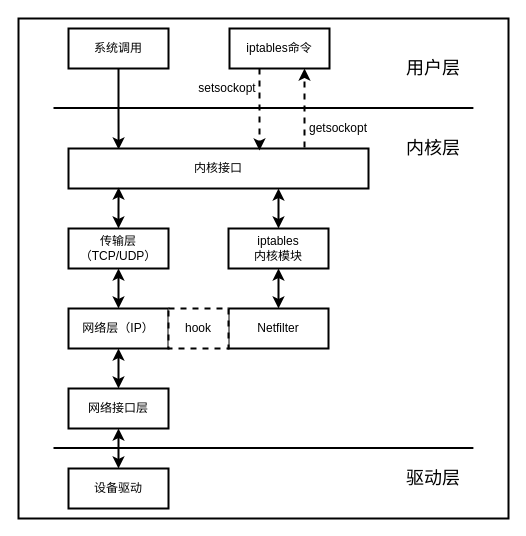
The draw.io diagram iptablesnetfilter.drawio in ctimbai/draw.io, before the edit. Source tidied: cells renumbered, new cells numbered last; positions are measured from the earlier drawing's top-left corner, leaving out a move shared by most shapes. Both pictures are drawn from the tidied source at 100%, with x=0, y=0 at pixel (18, 18).
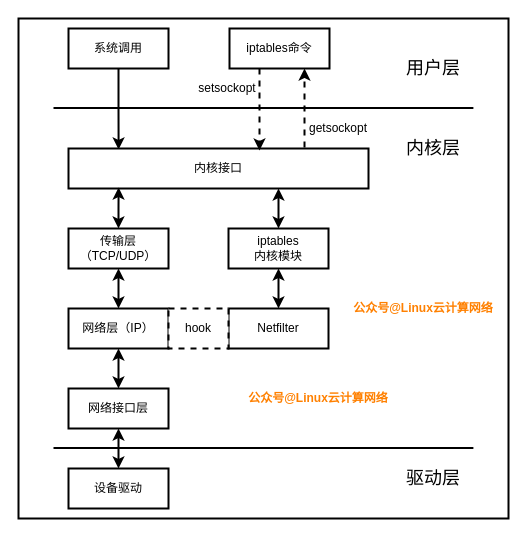
Above is the later version.

The edit, as a diff of the source:
```diff
@@
+    <mxCell id="29" value="&lt;font color=&quot;#ff8000&quot;&gt;&lt;b&gt;公众号@Linux云计算网络&lt;/b&gt;&lt;/font&gt;" style="text;html=1;strokeColor=none;fillColor=none;align=center;verticalAlign=middle;whiteSpace=wrap;rounded=0;shadow=0;glass=0;comic=0;" parent="1" vertex="1">
+      <mxGeometry x="330" y="280" width="150" height="20" as="geometry" />
+    </mxCell>
+    <mxCell id="30" value="&lt;font color=&quot;#ff8000&quot;&gt;&lt;b&gt;公众号@Linux云计算网络&lt;/b&gt;&lt;/font&gt;" style="text;html=1;strokeColor=none;fillColor=none;align=center;verticalAlign=middle;whiteSpace=wrap;rounded=0;shadow=0;glass=0;comic=0;" parent="1" vertex="1">
+      <mxGeometry x="225" y="370" width="150" height="20" as="geometry" />
+    </mxCell>
```
